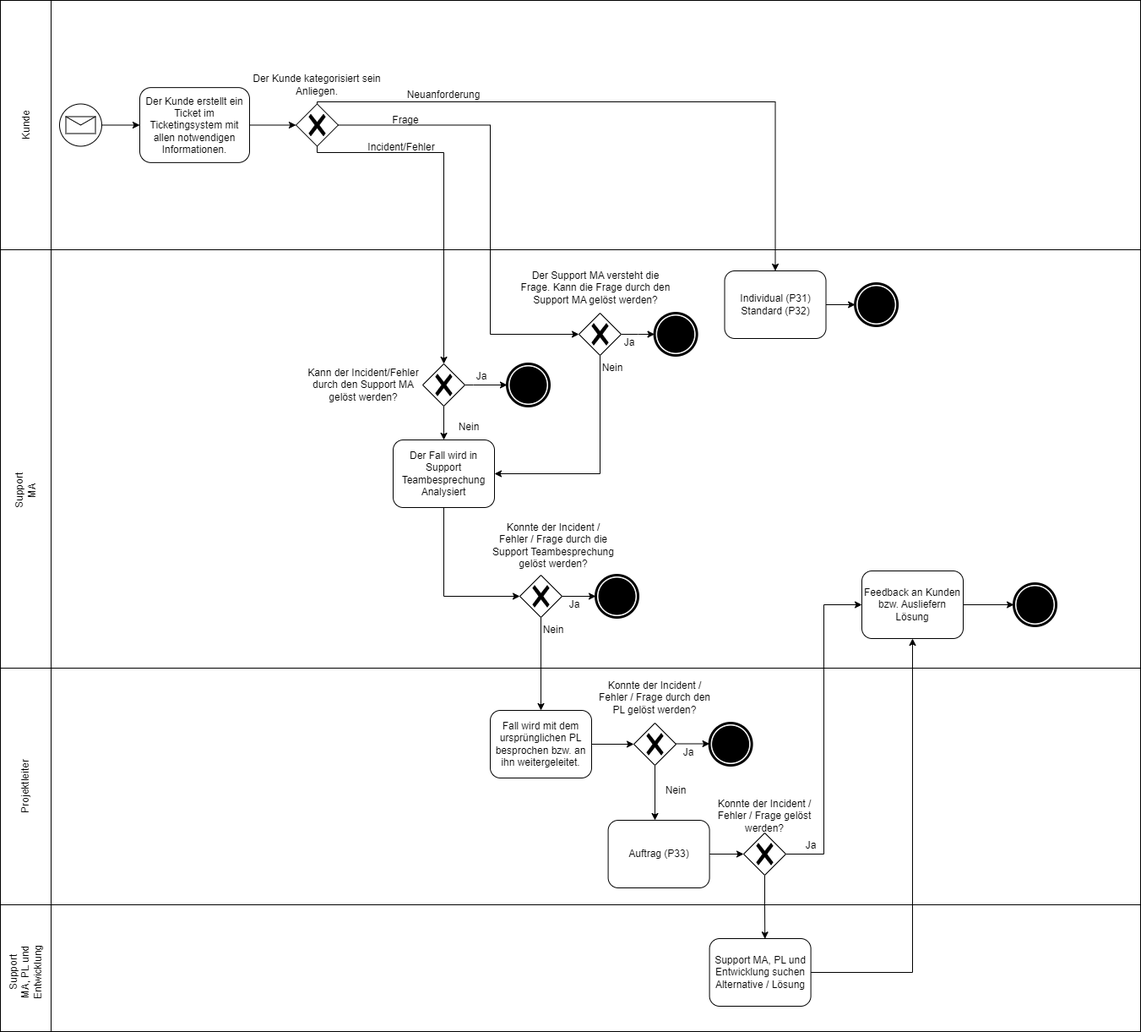
This is Diagramme/bpmn_soll.drawio.png from Mario-Soller/M254, a draw.io export, as it was before one commit. Source tidied: cells renumbered, new cells last; positions are measured from the earlier drawing's top-left corner, leaving out a move shared by most shapes.
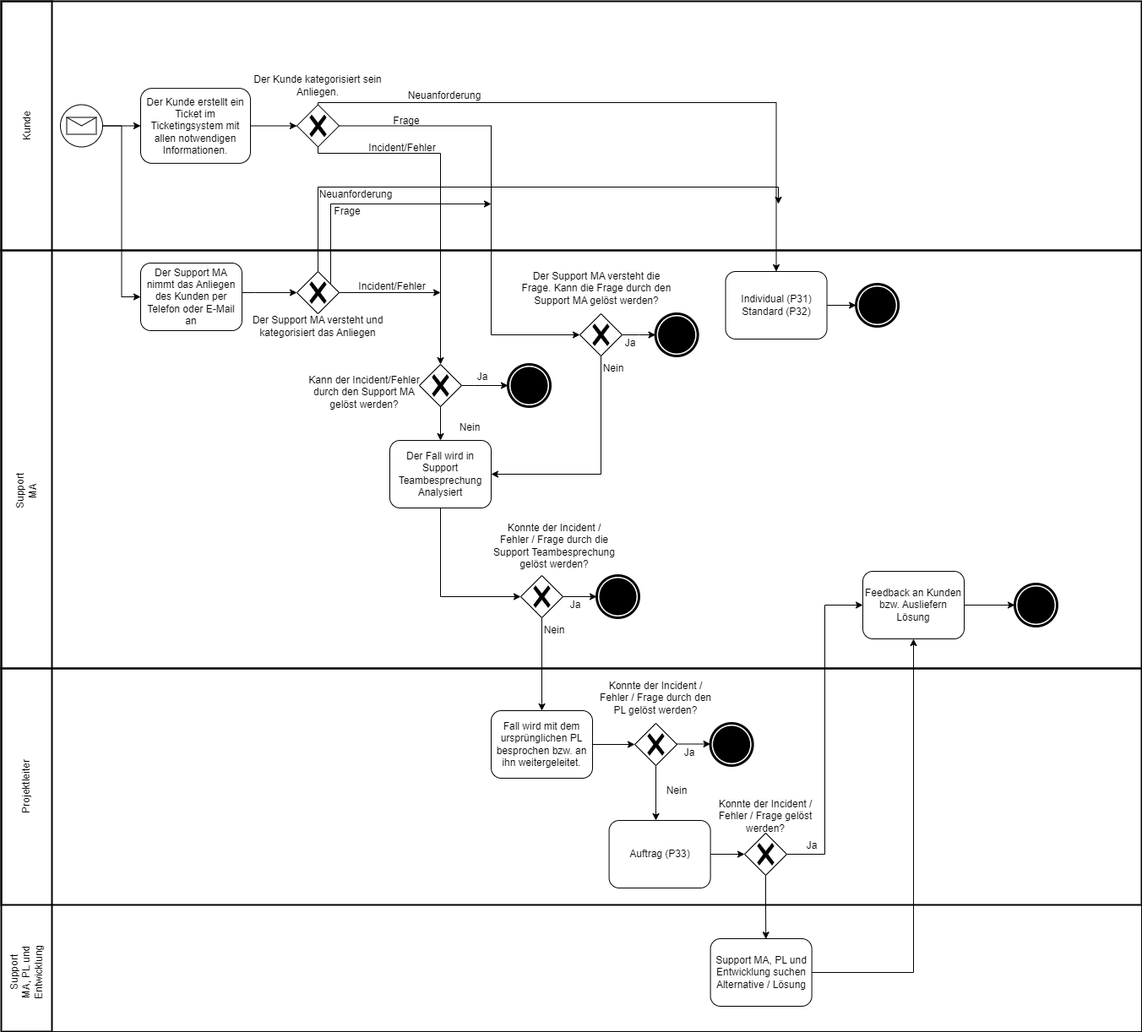
Above is the later version.

Change to the diagram source:
```diff
@@ -2,16 +2,16 @@
   <root>
     <mxCell id="0" />
     <mxCell id="1" parent="0" />
-    <mxCell id="2" style="rounded=0;whiteSpace=wrap;html=1;fillColor=none;" parent="1" vertex="1">
+    <mxCell id="2" style="rounded=0;whiteSpace=wrap;html=1;fillColor=none;strokeWidth=2;" parent="1" vertex="1">
       <mxGeometry width="1350" height="295" as="geometry" />
     </mxCell>
     <mxCell id="3" style="rounded=0;whiteSpace=wrap;html=1;fillColor=none;" parent="1" vertex="1">
       <mxGeometry y="1070" width="1350" height="150" as="geometry" />
     </mxCell>
-    <mxCell id="4" style="rounded=0;whiteSpace=wrap;html=1;fillColor=none;" parent="1" vertex="1">
+    <mxCell id="4" style="rounded=0;whiteSpace=wrap;html=1;fillColor=none;strokeWidth=2;" parent="1" vertex="1">
       <mxGeometry y="790" width="1350" height="280" as="geometry" />
     </mxCell>
-    <mxCell id="5" style="rounded=0;whiteSpace=wrap;html=1;fillColor=none;" parent="1" vertex="1">
+    <mxCell id="5" style="rounded=0;whiteSpace=wrap;html=1;fillColor=none;strokeWidth=2;" parent="1" vertex="1">
       <mxGeometry y="295" width="1350" height="495" as="geometry" />
     </mxCell>
     <mxCell id="6" value="Ja" style="text;html=1;strokeColor=none;fillColor=none;align=center;verticalAlign=middle;whiteSpace=wrap;rounded=0;" parent="1" vertex="1">
@@ -33,7 +33,7 @@
       <mxGeometry x="1012.1" y="335" width="50" height="50" as="geometry" />
     </mxCell>
     <mxCell id="12" value="Kann der Incident/Fehler durch den Support MA gelöst werden?" style="text;html=1;strokeColor=none;fillColor=none;align=center;verticalAlign=middle;whiteSpace=wrap;rounded=0;" parent="1" vertex="1">
-      <mxGeometry x="360" y="422.5" width="140" height="65" as="geometry" />
+      <mxGeometry x="360" y="430" width="140" height="65" as="geometry" />
     </mxCell>
     <mxCell id="13" style="points=[[0.145,0.145,0],[0.5,0,0],[0.855,0.145,0],[1,0.5,0],[0.855,0.855,0],[0.5,1,0],[0.145,0.855,0],[0,0.5,0]];shape=mxgraph.bpmn.event;html=1;verticalLabelPosition=bottom;labelBackgroundColor=#ffffff;verticalAlign=top;align=center;perimeter=ellipsePerimeter;outlineConnect=0;outline=end;symbol=terminate;" parent="1" vertex="1">
       <mxGeometry x="600" y="430" width="50" height="50" as="geometry" />
@@ -56,7 +56,7 @@
       </mxGeometry>
     </mxCell>
     <mxCell id="17" style="points=[[0.25,0.25,0],[0.5,0,0],[0.75,0.25,0],[1,0.5,0],[0.75,0.75,0],[0.5,1,0],[0.25,0.75,0],[0,0.5,0]];shape=mxgraph.bpmn.gateway2;html=1;verticalLabelPosition=bottom;labelBackgroundColor=#ffffff;verticalAlign=top;align=center;perimeter=rhombusPerimeter;outlineConnect=0;outline=none;symbol=none;gwType=exclusive;" parent="1" vertex="1">
-      <mxGeometry x="500" y="430" width="50" height="50" as="geometry" />
+      <mxGeometry x="495" y="430" width="50" height="50" as="geometry" />
     </mxCell>
     <mxCell id="18" value="Frage" style="text;html=1;strokeColor=none;fillColor=none;align=center;verticalAlign=middle;whiteSpace=wrap;rounded=0;" parent="1" vertex="1">
       <mxGeometry x="450" y="126.9" width="60" height="30" as="geometry" />
@@ -99,7 +99,7 @@
       <mxGeometry relative="1" as="geometry" />
     </mxCell>
     <mxCell id="29" value="Der Fall wird in Support Teambesprechung Analysiert" style="shape=ext;rounded=1;html=1;whiteSpace=wrap;" parent="1" vertex="1">
-      <mxGeometry x="465" y="520" width="120" height="80" as="geometry" />
+      <mxGeometry x="460" y="520" width="120" height="80" as="geometry" />
     </mxCell>
     <mxCell id="30" style="edgeStyle=orthogonalEdgeStyle;rounded=0;jettySize=auto;html=1;" parent="1" edge="1" source="31" target="38">
       <mxGeometry relative="1" as="geometry" />
@@ -193,7 +193,7 @@
     <mxCell id="57" style="points=[[0.145,0.145,0],[0.5,0,0],[0.855,0.145,0],[1,0.5,0],[0.855,0.855,0],[0.5,1,0],[0.145,0.855,0],[0,0.5,0]];shape=mxgraph.bpmn.event;html=1;verticalLabelPosition=bottom;labelBackgroundColor=#ffffff;verticalAlign=top;align=center;perimeter=ellipsePerimeter;outlineConnect=0;outline=end;symbol=terminate;" parent="1" vertex="1">
       <mxGeometry x="1200" y="690" width="50" height="50" as="geometry" />
     </mxCell>
-    <mxCell id="58" style="rounded=0;whiteSpace=wrap;html=1;fillColor=none;" parent="1" vertex="1">
+    <mxCell id="58" style="rounded=0;whiteSpace=wrap;html=1;fillColor=none;strokeWidth=2;" parent="1" vertex="1">
       <mxGeometry width="60" height="1220" as="geometry" />
     </mxCell>
     <mxCell id="59" value="Support MA" style="text;html=1;strokeColor=none;fillColor=none;align=center;verticalAlign=middle;whiteSpace=wrap;rounded=0;direction=east;rotation=270;" parent="1" vertex="1">
@@ -211,6 +211,9 @@
     <mxCell id="63" style="edgeStyle=orthogonalEdgeStyle;rounded=0;jettySize=auto;html=1;entryX=0;entryY=0.5;entryDx=0;entryDy=0;" parent="1" edge="1" source="64" target="66">
       <mxGeometry relative="1" as="geometry" />
     </mxCell>
+    <mxCell id="72" style="edgeStyle=orthogonalEdgeStyle;rounded=0;jettySize=auto;html=1;entryX=0;entryY=0.5;entryDx=0;entryDy=0;" parent="1" edge="1" source="64" target="73">
+      <mxGeometry relative="1" as="geometry" />
+    </mxCell>
     <mxCell id="64" style="points=[[0.145,0.145,0],[0.5,0,0],[0.855,0.145,0],[1,0.5,0],[0.855,0.855,0],[0.5,1,0],[0.145,0.855,0],[0,0.5,0]];shape=mxgraph.bpmn.event;html=1;verticalLabelPosition=bottom;labelBackgroundColor=#ffffff;verticalAlign=top;align=center;perimeter=ellipsePerimeter;outlineConnect=0;outline=standard;symbol=message;" parent="1" vertex="1">
       <mxGeometry x="70" y="122.5" width="50" height="50" as="geometry" />
     </mxCell>
@@ -240,7 +243,8 @@
       <mxGeometry relative="1" as="geometry">
         <Array as="points">
           <mxPoint x="375" y="180" />
-          <mxPoint x="525" y="180" />
+          <mxPoint x="520" y="180" />
+          <mxPoint x="520" y="430" />
         </Array>
       </mxGeometry>
     </mxCell>
@@ -250,5 +254,54 @@
     <mxCell id="71" value="Der Kunde kategorisiert sein Anliegen." style="text;html=1;strokeColor=none;fillColor=none;align=center;verticalAlign=middle;whiteSpace=wrap;rounded=0;" parent="1" vertex="1">
       <mxGeometry x="290" y="80" width="170" height="40" as="geometry" />
     </mxCell>
+    <mxCell id="73" value="Der Support MA nimmt das Anliegen des Kunden per Telefon oder E-Mail an" style="shape=ext;rounded=1;html=1;whiteSpace=wrap;" parent="1" vertex="1">
+      <mxGeometry x="165" y="310" width="120" height="80" as="geometry" />
+    </mxCell>
+    <mxCell id="74" style="edgeStyle=orthogonalEdgeStyle;rounded=0;html=1;jettySize=auto;" parent="1" edge="1" source="73" target="79">
+      <mxGeometry relative="1" as="geometry">
+        <Array as="points">
+          <mxPoint x="300" y="345" />
+          <mxPoint x="300" y="345" />
+        </Array>
+      </mxGeometry>
+    </mxCell>
+    <mxCell id="75" value="Der Support MA versteht und kategorisiert das Anliegen" style="text;html=1;strokeColor=none;fillColor=none;align=center;verticalAlign=middle;whiteSpace=wrap;rounded=0;" parent="1" vertex="1">
+      <mxGeometry x="290" y="365" width="170" height="40" as="geometry" />
+    </mxCell>
+    <mxCell id="76" style="edgeStyle=orthogonalEdgeStyle;rounded=0;jettySize=auto;html=1;exitX=0.5;exitY=0;exitDx=0;exitDy=0;exitPerimeter=0;" parent="1" edge="1" source="79">
+      <mxGeometry relative="1" as="geometry">
+        <mxPoint x="920" y="240" as="targetPoint" />
+        <Array as="points">
+          <mxPoint x="375" y="220" />
+          <mxPoint x="920" y="220" />
+        </Array>
+      </mxGeometry>
+    </mxCell>
+    <mxCell id="77" style="edgeStyle=orthogonalEdgeStyle;rounded=0;jettySize=auto;html=1;exitX=1;exitY=0.5;exitDx=0;exitDy=0;exitPerimeter=0;" parent="1" edge="1" source="79">
+      <mxGeometry relative="1" as="geometry">
+        <mxPoint x="580" y="240" as="targetPoint" />
+        <Array as="points">
+          <mxPoint x="390" y="345" />
+          <mxPoint x="390" y="240" />
+        </Array>
+      </mxGeometry>
+    </mxCell>
+    <mxCell id="78" style="edgeStyle=orthogonalEdgeStyle;rounded=0;jettySize=auto;html=1;" parent="1" edge="1" source="79">
+      <mxGeometry relative="1" as="geometry">
+        <mxPoint x="520" y="345" as="targetPoint" />
+      </mxGeometry>
+    </mxCell>
+    <mxCell id="79" style="points=[[0.25,0.25,0],[0.5,0,0],[0.75,0.25,0],[1,0.5,0],[0.75,0.75,0],[0.5,1,0],[0.25,0.75,0],[0,0.5,0]];shape=mxgraph.bpmn.gateway2;html=1;verticalLabelPosition=bottom;labelBackgroundColor=#ffffff;verticalAlign=top;align=center;perimeter=rhombusPerimeter;outlineConnect=0;outline=none;symbol=none;gwType=exclusive;" parent="1" vertex="1">
+      <mxGeometry x="350" y="320" width="50" height="50" as="geometry" />
+    </mxCell>
+    <mxCell id="80" value="Neuanforderung" style="text;html=1;strokeColor=none;fillColor=none;align=center;verticalAlign=middle;whiteSpace=wrap;rounded=0;rotation=0;" parent="1" vertex="1">
+      <mxGeometry x="390" y="214" width="60" height="30" as="geometry" />
+    </mxCell>
+    <mxCell id="81" value="Frage" style="text;html=1;strokeColor=none;fillColor=none;align=center;verticalAlign=middle;whiteSpace=wrap;rounded=0;rotation=0;" parent="1" vertex="1">
+      <mxGeometry x="380" y="234" width="60" height="30" as="geometry" />
+    </mxCell>
+    <mxCell id="82" value="Incident/Fehler" style="text;html=1;strokeColor=none;fillColor=none;align=center;verticalAlign=middle;whiteSpace=wrap;rounded=0;rotation=0;" parent="1" vertex="1">
+      <mxGeometry x="413" y="320" width="100" height="35" as="geometry" />
+    </mxCell>
   </root>
 </mxGraphModel>
```
